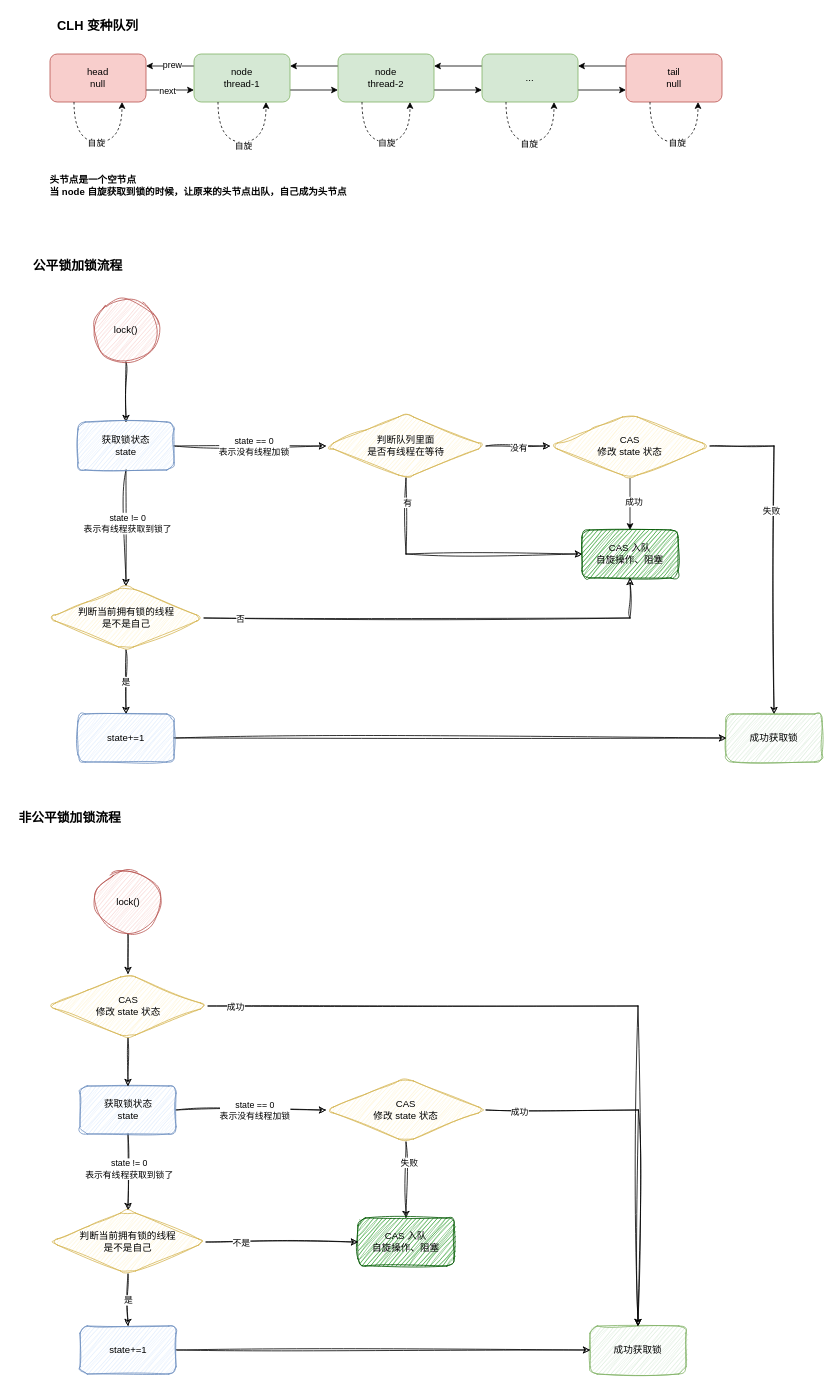
Earlier version of the draw.io diagram juc/公平/非公平锁.drawio (thebesteric/draw.io). Source tidied: cells renumbered, new cells numbered last; positions are measured from the earlier drawing's top-left corner, leaving out a move shared by most shapes. Both pictures are drawn from the tidied source at 80%, with x=0, y=0 at pixel (14, 14).
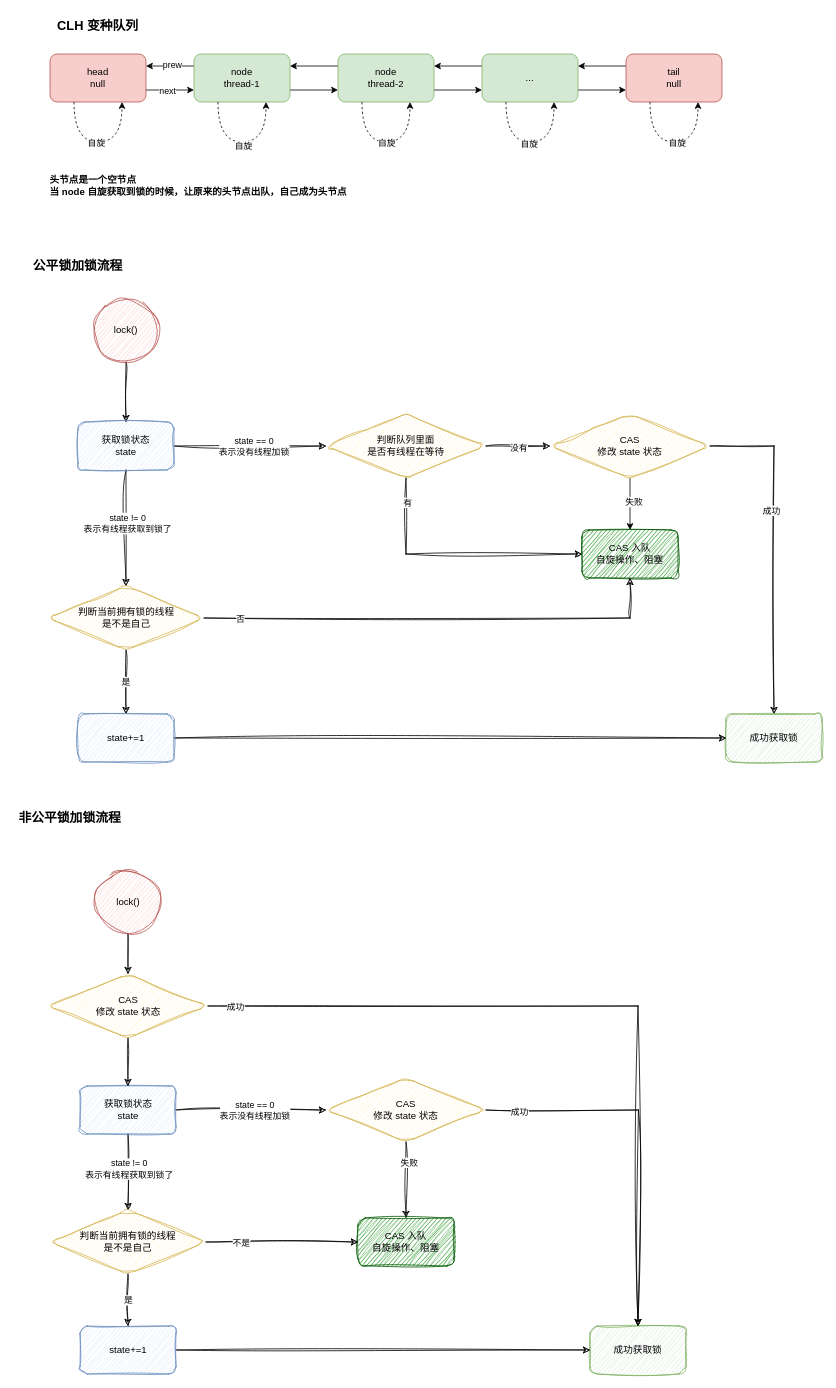
The same page after the edit.

Commit message:
更新公平/非公平锁.drawio

The change refers to these unchanged cells:
```xml
<mxCell id="40" style="edgeStyle=orthogonalEdgeStyle;rounded=0;jettySize=auto;html=1;sketch=1;curveFitting=1;jiggle=2;" parent="1" edge="1" source="44" target="46">
  <mxGeometry relative="1" as="geometry" />
</mxCell>
<mxCell id="42" style="edgeStyle=orthogonalEdgeStyle;rounded=0;jettySize=auto;html=1;" parent="1" edge="1" source="44" target="47">
  <mxGeometry relative="1" as="geometry" />
</mxCell>
```

Diff of the diagram source:
```diff
@@
-    <mxCell id="41" value="失败" style="edgeLabel;html=1;align=center;verticalAlign=middle;" parent="40" vertex="1">
+    <mxCell id="41" value="成功" style="edgeLabel;html=1;align=center;verticalAlign=middle;" parent="40" vertex="1">
       <mxGeometry x="-0.23" y="-4" relative="1" as="geometry" />
     </mxCell>
@@
-    <mxCell id="43" value="成功" style="edgeLabel;html=1;align=center;verticalAlign=middle;" parent="42" vertex="1">
+    <mxCell id="43" value="失败" style="edgeLabel;html=1;align=center;verticalAlign=middle;" parent="42" vertex="1">
       <mxGeometry x="-0.11" y="4" relative="1" as="geometry" />
     </mxCell>
```
